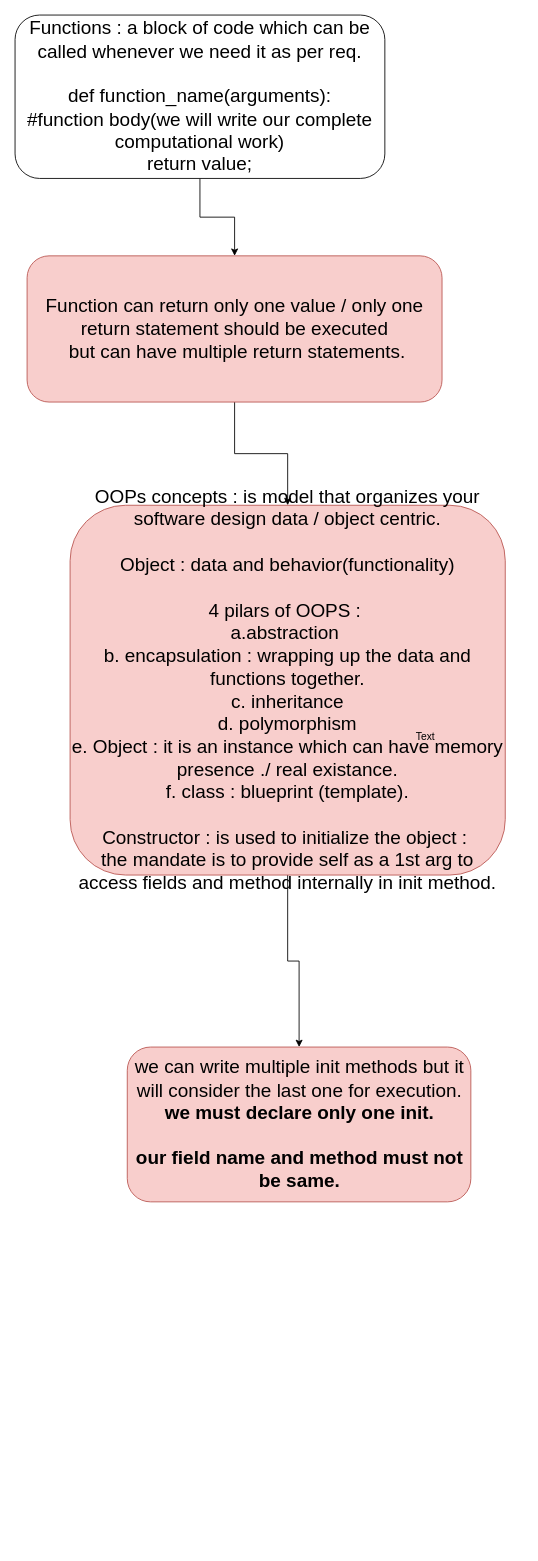
Before: page "Day 2" (2 of 2) of Untitled Diagram.drawio in abhinandanchivate/eyPythonoct2023, a draw.io diagram. Source tidied: cells renumbered, new cells numbered last; positions are measured from the earlier drawing's top-left corner, leaving out a move shared by most shapes. Both pictures are drawn from the tidied source at 86%, with x=0, y=0 at pixel (15, 15).
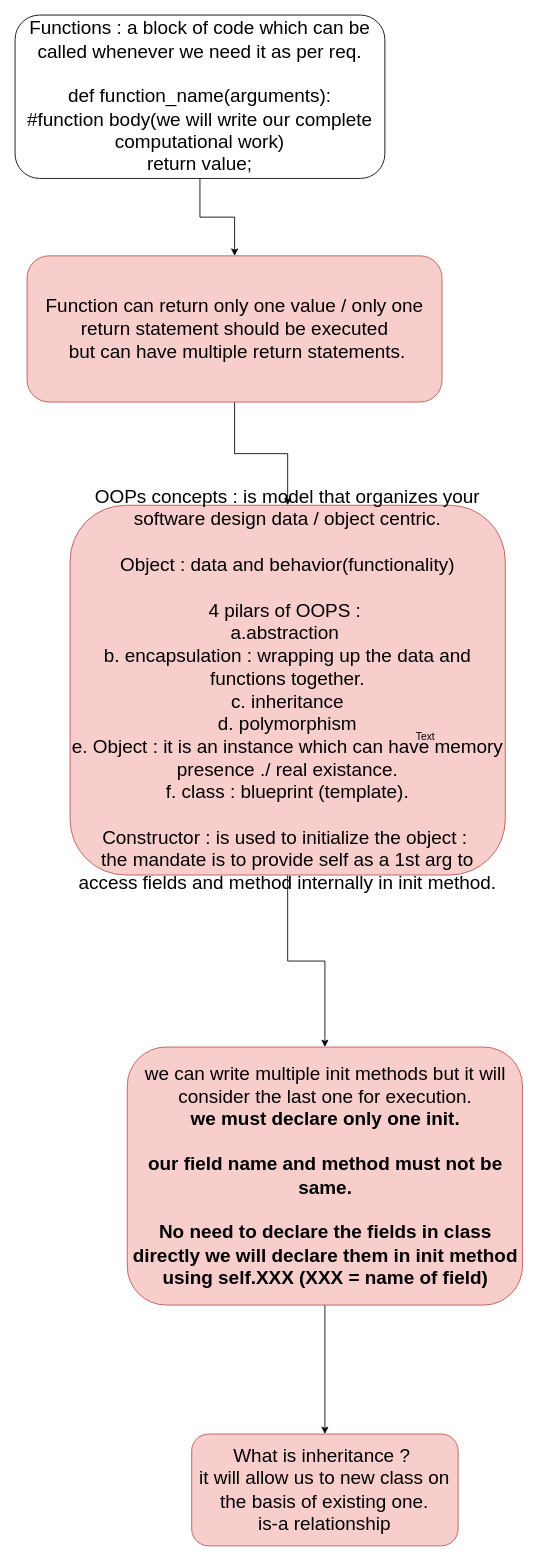
The same page after the edit.

The edit, as a diff of the source:
```diff
@@
 <mxGraphModel>
   <root>
     <mxCell id="0" />
     <mxCell id="1" parent="0" />
     <mxCell id="2" style="edgeStyle=orthogonalEdgeStyle;rounded=0;jettySize=auto;html=1;" parent="1" edge="1" source="3" target="5">
       <mxGeometry relative="1" as="geometry" />
     </mxCell>
     <mxCell id="3" value="Functions : a block of code which can be called whenever we need it as per req.&lt;br&gt;&lt;br&gt;def function_name(arguments):&lt;br&gt;#function body(we will write our complete computational work)&lt;br&gt;return value;" style="rounded=1;whiteSpace=wrap;html=1;fontSize=22;" parent="1" vertex="1">
       <mxGeometry width="430" height="190" as="geometry" />
     </mxCell>
     <mxCell id="4" style="edgeStyle=orthogonalEdgeStyle;rounded=0;jettySize=auto;html=1;" parent="1" edge="1" source="5" target="7">
       <mxGeometry relative="1" as="geometry" />
     </mxCell>
     <mxCell id="5" value="Function can return only one value / only one return statement should be executed&lt;br&gt;&amp;nbsp;but can have multiple return statements." style="whiteSpace=wrap;html=1;fontSize=22;rounded=1;fillColor=#f8cecc;strokeColor=#b85450;" parent="1" vertex="1">
       <mxGeometry x="14" y="280" width="482.5" height="170" as="geometry" />
     </mxCell>
     <mxCell id="6" style="edgeStyle=orthogonalEdgeStyle;rounded=0;jettySize=auto;html=1;" parent="1" edge="1" source="7" target="9">
       <mxGeometry relative="1" as="geometry" />
     </mxCell>
     <mxCell id="7" value="OOPs concepts : is model that organizes your software design data / object centric.&lt;br&gt;&lt;br&gt;Object : data and behavior(functionality)&lt;br&gt;&lt;br&gt;4 pilars of OOPS :&amp;nbsp;&lt;br&gt;a.abstraction&amp;nbsp;&lt;br&gt;b. encapsulation : wrapping up the data and functions together.&lt;br&gt;c. inheritance&lt;br&gt;d. polymorphism&lt;br&gt;e. Object : it is an instance which can have memory presence ./ real existance.&lt;br&gt;f. class : blueprint (template).&lt;br&gt;&lt;br&gt;Constructor : is used to initialize the object :&amp;nbsp;&lt;br&gt;the mandate is to provide self as a 1st arg to access fields and method internally in init method." style="whiteSpace=wrap;html=1;fontSize=22;fillColor=#f8cecc;strokeColor=#b85450;rounded=1;" parent="1" vertex="1">
       <mxGeometry x="64" y="570" width="506" height="430" as="geometry" />
     </mxCell>
     <mxCell id="8" value="Text" style="text;html=1;align=center;verticalAlign=middle;strokeColor=none;fillColor=none;" parent="1" vertex="1">
       <mxGeometry x="452" y="825" width="50" height="30" as="geometry" />
     </mxCell>
+    <mxCell id="10" style="edgeStyle=orthogonalEdgeStyle;rounded=0;jettySize=auto;html=1;" parent="1" edge="1" source="9" target="11">
+      <mxGeometry relative="1" as="geometry" />
+    </mxCell>
-    <mxCell id="9" value="we can write multiple init methods but it will consider the last one for execution.&lt;br&gt;&lt;b&gt;we must declare only one init.&lt;br&gt;&lt;br&gt;our field name and method must not be same.&lt;br&gt;&lt;/b&gt;" style="whiteSpace=wrap;html=1;fontSize=22;fillColor=#f8cecc;strokeColor=#b85450;rounded=1;" parent="1" vertex="1">
-      <mxGeometry x="130.5" y="1200" width="399.5" height="180" as="geometry" />
+    <mxCell id="9" value="we can write multiple init methods but it will consider the last one for execution.&lt;br&gt;&lt;b&gt;we must declare only one init.&lt;br&gt;&lt;br&gt;our field name and method must not be same.&lt;br&gt;&lt;br&gt;No need to declare the fields in class directly we will declare them in init method using self.XXX (XXX = name of field)&lt;br&gt;&lt;/b&gt;" style="whiteSpace=wrap;html=1;fontSize=22;fillColor=#f8cecc;strokeColor=#b85450;rounded=1;" parent="1" vertex="1">
+      <mxGeometry x="130.5" y="1200" width="459.5" height="300" as="geometry" />
     </mxCell>
+    <mxCell id="11" value="What is inheritance ?&amp;nbsp;&lt;br&gt;it will allow us to new class on the basis of existing one.&lt;br&gt;is-a relationship" style="whiteSpace=wrap;html=1;fontSize=22;fillColor=#f8cecc;strokeColor=#b85450;rounded=1;" parent="1" vertex="1">
+      <mxGeometry x="205.4" y="1650" width="309.8" height="130" as="geometry" />
+    </mxCell>
   </root>
 </mxGraphModel>
```
